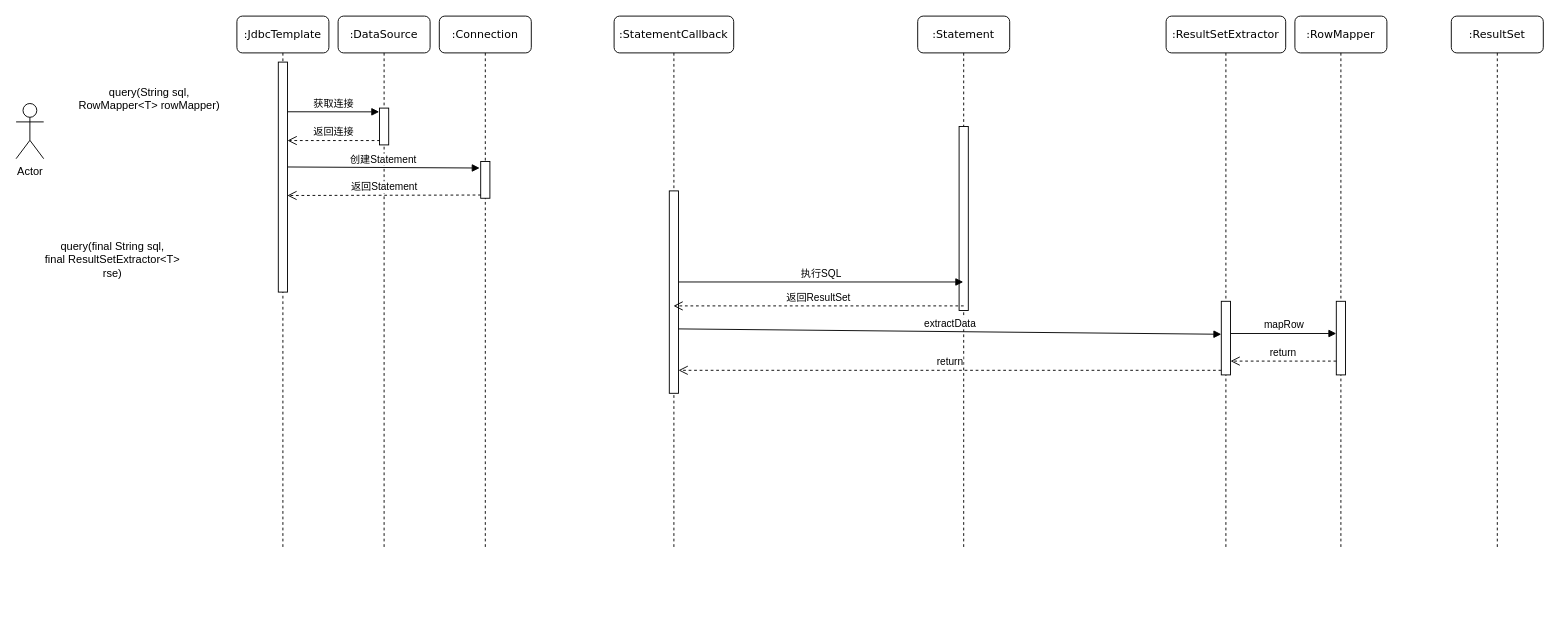
Earlier version of the draw.io diagram JdbcTemplate时序图.drawio (hongweilv-whu/flowCharts). Source tidied: cells renumbered, new cells numbered last; positions are measured from the earlier drawing's top-left corner, leaving out a move shared by most shapes. Both pictures are drawn from the tidied source at 92%, with x=0, y=0 at pixel (16, 16).
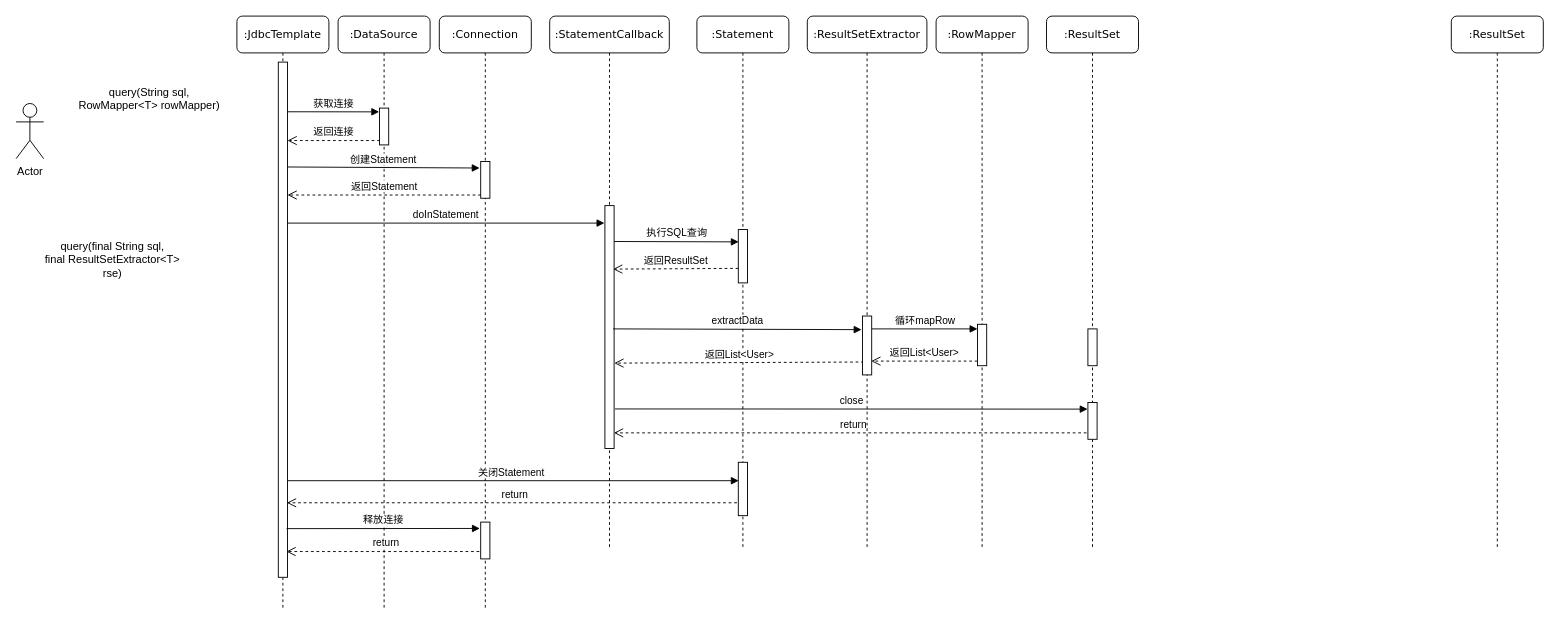
The same page after the edit.

Commit message (it also covers changes not shown here):
更新JdbcTemplate时序图.drawio

The change refers to these unchanged cells:
```xml
<mxCell id="3" style="html=1;points=[];perimeter=orthogonalPerimeter;rounded=0;shadow=0;comic=0;labelBackgroundColor=none;strokeWidth=1;fontFamily=Verdana;fontSize=12;align=center;" parent="2" vertex="1">
  <mxGeometry x="45" y="158" width="10" height="40" as="geometry" />
</mxCell>
```

Change to the diagram source:
```diff
@@
     <mxCell id="2" value=":Connection" style="shape=umlLifeline;perimeter=lifelinePerimeter;whiteSpace=wrap;html=1;rounded=1;shadow=0;comic=0;labelBackgroundColor=none;strokeWidth=1;fontFamily=Verdana;fontSize=12;align=center;" parent="1" vertex="1">
-      <mxGeometry x="460" width="100" height="580" as="geometry" />
+      <mxGeometry x="460" width="100" height="645" as="geometry" />
     </mxCell>
@@
+    <mxCell id="30" value="return" style="html=1;verticalAlign=bottom;endArrow=open;dashed=1;endSize=8;rounded=0;strokeColor=default;" parent="2" edge="1">
+      <mxGeometry relative="1" as="geometry">
+        <mxPoint x="329.5" y="529" as="sourcePoint" />
+        <mxPoint x="-165.7" y="529" as="targetPoint" />
+      </mxGeometry>
+    </mxCell>
     <mxCell id="4" value=":Statement" style="shape=umlLifeline;perimeter=lifelinePerimeter;whiteSpace=wrap;html=1;rounded=1;shadow=0;comic=0;labelBackgroundColor=none;strokeWidth=1;fontFamily=Verdana;fontSize=12;align=center;" parent="1" vertex="1">
-      <mxGeometry x="980" width="100" height="580" as="geometry" />
+      <mxGeometry x="740" width="100" height="580" as="geometry" />
     </mxCell>
     <mxCell id="5" style="html=1;perimeter=orthogonalPerimeter;rounded=0;shadow=0;comic=0;labelBackgroundColor=none;strokeWidth=1;fontFamily=Verdana;fontSize=12;align=center;" parent="4" vertex="1">
-      <mxGeometry x="45" y="120" width="10" height="200" as="geometry" />
+      <mxGeometry x="45" y="232" width="10" height="58" as="geometry" />
     </mxCell>
+    <mxCell id="25" value="返回ResultSet" style="html=1;verticalAlign=bottom;endArrow=open;dashed=1;endSize=8;rounded=0;strokeColor=default;exitX=0.006;exitY=0.211;exitDx=0;exitDy=0;exitPerimeter=0;" parent="4" edge="1">
+      <mxGeometry relative="1" as="geometry">
+        <mxPoint x="45.1" y="274.2" as="sourcePoint" />
+        <mxPoint x="-91.1" y="275" as="targetPoint" />
+      </mxGeometry>
+    </mxCell>
+    <mxCell id="31" value="返回List&amp;lt;User&amp;gt;" style="html=1;verticalAlign=bottom;endArrow=open;dashed=1;endSize=8;rounded=0;strokeColor=default;entryX=1.02;entryY=0.819;entryDx=0;entryDy=0;entryPerimeter=0;" parent="4" edge="1">
+      <mxGeometry relative="1" as="geometry">
+        <mxPoint x="181.5" y="376" as="sourcePoint" />
+        <mxPoint x="-89.8" y="377.2" as="targetPoint" />
+      </mxGeometry>
+    </mxCell>
+    <mxCell id="32" value="return" style="html=1;verticalAlign=bottom;endArrow=open;dashed=1;endSize=8;rounded=0;strokeColor=default;" parent="4" edge="1">
+      <mxGeometry relative="1" as="geometry">
+        <mxPoint x="429.5" y="453" as="sourcePoint" />
+        <mxPoint x="-90.2" y="453" as="targetPoint" />
+      </mxGeometry>
+    </mxCell>
+    <mxCell id="33" style="html=1;perimeter=orthogonalPerimeter;rounded=0;shadow=0;comic=0;labelBackgroundColor=none;strokeWidth=1;fontFamily=Verdana;fontSize=12;align=center;" parent="4" vertex="1">
+      <mxGeometry x="45" y="485" width="10" height="58" as="geometry" />
+    </mxCell>
     <mxCell id="6" value=":StatementCallback" style="shape=umlLifeline;perimeter=lifelinePerimeter;whiteSpace=wrap;html=1;outlineConnect=0;rounded=1;shadow=0;comic=0;labelBackgroundColor=none;strokeWidth=1;fontFamily=Verdana;fontSize=12;align=center;" parent="1" vertex="1">
-      <mxGeometry x="650" width="130" height="580" as="geometry" />
+      <mxGeometry x="580" width="130" height="580" as="geometry" />
     </mxCell>
     <mxCell id="7" style="html=1;points=[];perimeter=orthogonalPerimeter;rounded=0;shadow=0;comic=0;labelBackgroundColor=none;strokeWidth=1;fontFamily=Verdana;fontSize=12;align=center;" parent="6" vertex="1">
-      <mxGeometry x="60" y="190" width="10" height="220" as="geometry" />
+      <mxGeometry x="60" y="206" width="10" height="264" as="geometry" />
     </mxCell>
-    <mxCell id="8" value="extractData" style="html=1;verticalAlign=bottom;endArrow=block;rounded=0;entryX=0;entryY=0.448;entryDx=0;entryDy=0;entryPerimeter=0;" parent="6" edge="1" target="11">
+    <mxCell id="8" value="extractData" style="html=1;verticalAlign=bottom;endArrow=block;rounded=0;entryX=0;entryY=0.448;entryDx=0;entryDy=0;entryPerimeter=0;" parent="6" edge="1">
       <mxGeometry relative="1" as="geometry">
-        <mxPoint x="70" y="340" as="sourcePoint" />
+        <mxPoint x="69" y="340" as="sourcePoint" />
+        <mxPoint x="339" y="340.8" as="targetPoint" />
       </mxGeometry>
     </mxCell>
+    <mxCell id="34" value="执行SQL查询" style="html=1;verticalAlign=bottom;endArrow=block;rounded=0;strokeColor=default;entryX=0.052;entryY=0.067;entryDx=0;entryDy=0;entryPerimeter=0;" parent="6" edge="1">
+      <mxGeometry relative="1" as="geometry">
+        <mxPoint x="70" y="245" as="sourcePoint" />
+        <mxPoint x="205.5" y="245.4" as="targetPoint" />
+      </mxGeometry>
+    </mxCell>
+    <mxCell id="35" value="close" style="html=1;verticalAlign=bottom;endArrow=block;rounded=0;strokeColor=default;entryX=-0.133;entryY=0.579;entryDx=0;entryDy=0;entryPerimeter=0;" parent="6" edge="1">
+      <mxGeometry relative="1" as="geometry">
+        <mxPoint x="71" y="427" as="sourcePoint" />
+        <mxPoint x="584.7" y="427.2" as="targetPoint" />
+      </mxGeometry>
+    </mxCell>
@@
     <mxCell id="10" value=":ResultSetExtractor" style="shape=umlLifeline;perimeter=lifelinePerimeter;whiteSpace=wrap;html=1;rounded=1;shadow=0;comic=0;labelBackgroundColor=none;strokeWidth=1;fontFamily=Verdana;fontSize=12;align=center;" parent="1" vertex="1">
-      <mxGeometry x="1250" width="130" height="580" as="geometry" />
+      <mxGeometry x="860" width="130" height="580" as="geometry" />
     </mxCell>
     <mxCell id="11" style="html=1;points=[];perimeter=orthogonalPerimeter;" parent="10" vertex="1">
-      <mxGeometry x="60" y="310" width="10" height="80" as="geometry" />
+      <mxGeometry x="60" y="326" width="10" height="64" as="geometry" />
     </mxCell>
-    <mxCell id="12" value="mapRow" style="html=1;verticalAlign=bottom;endArrow=block;rounded=0;" parent="10" edge="1" target="14">
+    <mxCell id="12" value="循环mapRow" style="html=1;verticalAlign=bottom;endArrow=block;rounded=0;" parent="10" edge="1">
       <mxGeometry relative="1" as="geometry">
-        <mxPoint x="70" y="345" as="sourcePoint" />
+        <mxPoint x="70" y="340" as="sourcePoint" />
+        <mxPoint x="185" y="340" as="targetPoint" />
       </mxGeometry>
     </mxCell>
+    <mxCell id="36" value="返回List&amp;lt;User&amp;gt;" style="html=1;verticalAlign=bottom;endArrow=open;dashed=1;endSize=8;rounded=0;strokeColor=default;" parent="10" edge="1">
+      <mxGeometry relative="1" as="geometry">
+        <mxPoint x="185" y="375" as="sourcePoint" />
+        <mxPoint x="69.5" y="375" as="targetPoint" />
+      </mxGeometry>
+    </mxCell>
     <mxCell id="13" value=":RowMapper" style="shape=umlLifeline;perimeter=lifelinePerimeter;whiteSpace=wrap;html=1;rounded=1;shadow=0;comic=0;labelBackgroundColor=none;strokeWidth=1;fontFamily=Verdana;fontSize=12;align=center;" parent="1" vertex="1">
-      <mxGeometry x="1390" width="100" height="580" as="geometry" />
+      <mxGeometry x="1000" width="100" height="580" as="geometry" />
     </mxCell>
     <mxCell id="14" style="html=1;points=[];perimeter=orthogonalPerimeter;" parent="13" vertex="1">
-      <mxGeometry x="45" y="310" width="10" height="80" as="geometry" />
+      <mxGeometry x="45" y="335" width="10" height="45" as="geometry" />
     </mxCell>
-    <mxCell id="15" value="return" style="html=1;verticalAlign=bottom;endArrow=open;dashed=1;endSize=8;rounded=0;" parent="13" edge="1" target="11">
-      <mxGeometry relative="1" as="geometry">
-        <mxPoint x="45" y="375" as="sourcePoint" />
-      </mxGeometry>
-    </mxCell>
     <mxCell id="16" value=":DataSource" style="shape=umlLifeline;perimeter=lifelinePerimeter;whiteSpace=wrap;html=1;rounded=1;shadow=0;comic=0;labelBackgroundColor=none;strokeWidth=1;fontFamily=Verdana;fontSize=12;align=center;" parent="1" vertex="1">
-      <mxGeometry x="350" width="100" height="580" as="geometry" />
+      <mxGeometry x="350" width="100" height="645" as="geometry" />
     </mxCell>
@@
+    <mxCell id="37" value="关闭Statement" style="html=1;verticalAlign=bottom;endArrow=block;rounded=0;strokeColor=default;" parent="16" edge="1" source="18">
+      <mxGeometry relative="1" as="geometry">
+        <mxPoint x="435.5" y="505" as="targetPoint" />
+      </mxGeometry>
+    </mxCell>
+    <mxCell id="38" value="return" style="html=1;verticalAlign=bottom;endArrow=open;dashed=1;endSize=8;rounded=0;strokeColor=default;" parent="16" edge="1">
+      <mxGeometry relative="1" as="geometry">
+        <mxPoint x="159.5" y="582" as="sourcePoint" />
+        <mxPoint x="-56.2" y="582" as="targetPoint" />
+      </mxGeometry>
+    </mxCell>
     <mxCell id="18" value=":JdbcTemplate" style="shape=umlLifeline;perimeter=lifelinePerimeter;whiteSpace=wrap;html=1;outlineConnect=0;rounded=1;shadow=0;comic=0;labelBackgroundColor=none;strokeWidth=1;fontFamily=Verdana;fontSize=12;align=center;" parent="1" vertex="1">
-      <mxGeometry x="240" width="100" height="580" as="geometry" />
+      <mxGeometry x="240" width="100" height="645" as="geometry" />
     </mxCell>
     <mxCell id="19" style="html=1;points=[];perimeter=orthogonalPerimeter;rounded=0;shadow=0;comic=0;labelBackgroundColor=none;strokeWidth=1;fontFamily=Verdana;fontSize=12;align=center;" parent="18" vertex="1">
-      <mxGeometry x="45" y="50" width="10" height="250" as="geometry" />
+      <mxGeometry x="45" y="50" width="10" height="560" as="geometry" />
     </mxCell>
@@
+    <mxCell id="39" value="doInStatement" style="html=1;verticalAlign=bottom;endArrow=block;rounded=0;strokeColor=default;" parent="18" edge="1">
+      <mxGeometry relative="1" as="geometry">
+        <mxPoint x="55" y="225" as="sourcePoint" />
+        <mxPoint x="399.5" y="225" as="targetPoint" />
+      </mxGeometry>
+    </mxCell>
+    <mxCell id="40" value="释放连接" style="html=1;verticalAlign=bottom;endArrow=block;rounded=0;strokeColor=default;exitX=0.5;exitY=0.902;exitDx=0;exitDy=0;exitPerimeter=0;entryX=-0.086;entryY=0.122;entryDx=0;entryDy=0;entryPerimeter=0;" parent="18" edge="1">
+      <mxGeometry relative="1" as="geometry">
+        <mxPoint x="54" y="557.1" as="sourcePoint" />
+        <mxPoint x="264.1" y="556.9" as="targetPoint" />
+      </mxGeometry>
+    </mxCell>
@@
-    <mxCell id="24" value="执行SQL" style="html=1;verticalAlign=bottom;endArrow=block;rounded=0;" parent="1" edge="1">
-      <mxGeometry relative="1" as="geometry">
-        <mxPoint x="720" y="289" as="sourcePoint" />
-        <mxPoint x="1029.5" y="289" as="targetPoint" />
-      </mxGeometry>
-    </mxCell>
-    <mxCell id="25" value="返回ResultSet" style="html=1;verticalAlign=bottom;endArrow=open;dashed=1;endSize=8;rounded=0;" parent="1" edge="1" target="6">
-      <mxGeometry relative="1" as="geometry">
-        <mxPoint x="1030" y="315" as="sourcePoint" />
-      </mxGeometry>
-    </mxCell>
-    <mxCell id="26" value="return" style="html=1;verticalAlign=bottom;endArrow=open;dashed=1;endSize=8;rounded=0;" parent="1" edge="1" target="7">
-      <mxGeometry relative="1" as="geometry">
-        <mxPoint x="1310" y="385" as="sourcePoint" />
-      </mxGeometry>
-    </mxCell>
@@
-    <mxCell id="29" value="返回Statement" style="html=1;verticalAlign=bottom;endArrow=open;dashed=1;endSize=8;rounded=0;strokeColor=default;entryX=0.98;entryY=0.58;entryDx=0;entryDy=0;entryPerimeter=0;exitX=0.02;exitY=0.912;exitDx=0;exitDy=0;exitPerimeter=0;" parent="1" edge="1" source="3" target="19">
+    <mxCell id="29" value="返回Statement" style="html=1;verticalAlign=bottom;endArrow=open;dashed=1;endSize=8;rounded=0;strokeColor=default;exitX=0.02;exitY=0.912;exitDx=0;exitDy=0;exitPerimeter=0;" parent="1" edge="1" source="3" target="19">
       <mxGeometry relative="1" as="geometry" />
     </mxCell>
+    <mxCell id="41" value=":ResultSet" style="shape=umlLifeline;perimeter=lifelinePerimeter;whiteSpace=wrap;html=1;rounded=1;shadow=0;comic=0;labelBackgroundColor=none;strokeWidth=1;fontFamily=Verdana;fontSize=12;align=center;" parent="1" vertex="1">
+      <mxGeometry x="1120" width="100" height="580" as="geometry" />
+    </mxCell>
+    <mxCell id="42" style="html=1;perimeter=orthogonalPerimeter;" parent="41" vertex="1">
+      <mxGeometry x="45" y="340" width="10" height="40" as="geometry" />
+    </mxCell>
+    <mxCell id="43" style="html=1;perimeter=orthogonalPerimeter;" parent="41" vertex="1">
+      <mxGeometry x="45" y="420" width="10" height="40" as="geometry" />
+    </mxCell>
+    <mxCell id="44" style="html=1;perimeter=orthogonalPerimeter;rounded=0;shadow=0;comic=0;labelBackgroundColor=none;strokeWidth=1;fontFamily=Verdana;fontSize=12;align=center;" parent="1" vertex="1">
+      <mxGeometry x="505" y="550" width="10" height="40" as="geometry" />
+    </mxCell>
```
